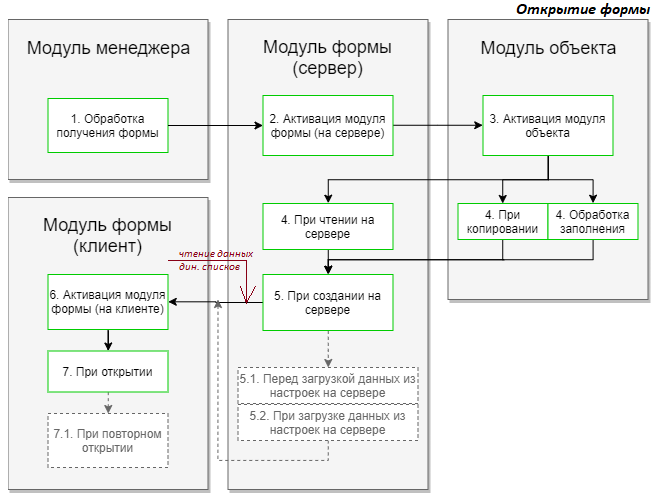
Above: ПоследовательностьСобытийДокументаОткрытиеФормы.png in kuzyara/Sequences-of-events-for-1C-objects (draw.io), before the change. Source tidied: cells renumbered, new cells last; positions are measured from the earlier drawing's top-left corner, leaving out a move shared by most shapes.
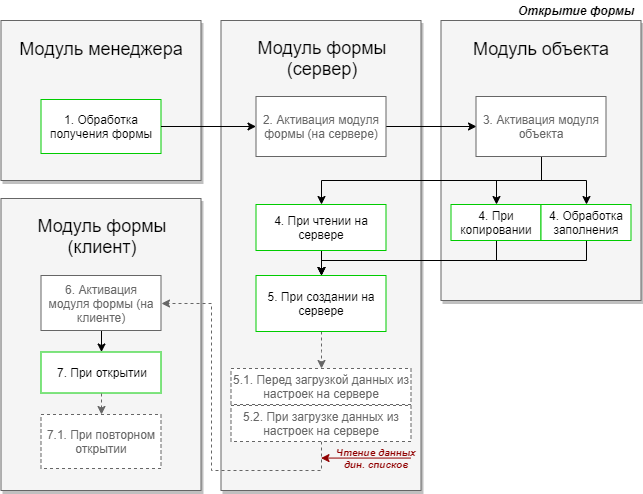
After the change.

Commit message:
затемнил активацию модулей

The edit, as a diff of the source:
```diff
@@ -20,7 +20,7 @@
     <mxCell id="7" style="edgeStyle=orthogonalEdgeStyle;rounded=0;jettySize=auto;html=1;entryX=0;entryY=0.5;entryDx=0;entryDy=0;strokeColor=#000000;fontColor=#666666;" parent="1" edge="1" source="8" target="12">
       <mxGeometry relative="1" as="geometry" />
     </mxCell>
-    <mxCell id="8" value="2. Активация модуля формы (на сервере)" style="rounded=0;whiteSpace=wrap;html=1;strokeColor=#00CC00;" parent="1" vertex="1">
+    <mxCell id="8" value="2. Активация модуля формы (на сервере)" style="rounded=0;whiteSpace=wrap;html=1;strokeColor=#666666;fontColor=#666666;" parent="1" vertex="1">
       <mxGeometry x="255" y="76" width="130" height="60" as="geometry" />
     </mxCell>
     <mxCell id="9" style="edgeStyle=orthogonalEdgeStyle;rounded=0;jettySize=auto;html=1;exitX=0.5;exitY=1;exitDx=0;exitDy=0;entryX=0.5;entryY=0;entryDx=0;entryDy=0;strokeColor=#000000;fontColor=#666666;" parent="1" edge="1" source="12" target="18">
@@ -32,14 +32,14 @@
     <mxCell id="11" style="edgeStyle=orthogonalEdgeStyle;rounded=0;jettySize=auto;html=1;exitX=0.5;exitY=1;exitDx=0;exitDy=0;entryX=0.5;entryY=0;entryDx=0;entryDy=0;strokeColor=#000000;fontColor=#666666;" parent="1" edge="1" source="12" target="16">
       <mxGeometry relative="1" as="geometry" />
     </mxCell>
-    <mxCell id="12" value="3. Активация модуля объекта" style="rounded=0;whiteSpace=wrap;html=1;strokeColor=#00CC00;" parent="1" vertex="1">
+    <mxCell id="12" value="3. Активация модуля объекта" style="rounded=0;whiteSpace=wrap;html=1;strokeColor=#666666;fontColor=#666666;" parent="1" vertex="1">
       <mxGeometry x="475" y="76" width="130" height="60" as="geometry" />
     </mxCell>
-    <mxCell id="13" style="edgeStyle=orthogonalEdgeStyle;rounded=0;jettySize=auto;html=1;exitX=0.5;exitY=1;exitDx=0;exitDy=0;entryX=0.5;entryY=0;entryDx=0;entryDy=0;strokeColor=#000000;fontColor=#666666;" parent="1" edge="1" source="14" target="22">
+    <mxCell id="13" style="edgeStyle=orthogonalEdgeStyle;rounded=0;jettySize=auto;html=1;entryX=0.5;entryY=0;entryDx=0;entryDy=0;fontColor=#666666;" parent="1" edge="1" source="14" target="22">
       <mxGeometry relative="1" as="geometry">
         <Array as="points">
-          <mxPoint x="496" y="240" />
-          <mxPoint x="326" y="240" />
+          <mxPoint x="495" y="240" />
+          <mxPoint x="320" y="240" />
         </Array>
       </mxGeometry>
     </mxCell>
@@ -66,9 +66,6 @@
     <mxCell id="19" style="endArrow=classic;html=1;exitX=1;exitY=0.5;exitDx=0;exitDy=0;" parent="1" edge="1" source="6" target="8">
       <mxGeometry relative="1" as="geometry" />
     </mxCell>
-    <mxCell id="20" style="edgeStyle=orthogonalEdgeStyle;rounded=0;jettySize=auto;html=1;entryX=1;entryY=0.5;entryDx=0;entryDy=0;" parent="1" edge="1" source="22" target="27">
-      <mxGeometry relative="1" as="geometry" />
-    </mxCell>
     <mxCell id="21" style="edgeStyle=orthogonalEdgeStyle;rounded=0;jettySize=auto;html=1;exitX=0.5;exitY=1;exitDx=0;exitDy=0;strokeColor=#666666;fontColor=#666666;dashed=1;" parent="1" edge="1" source="22" target="23">
       <mxGeometry relative="1" as="geometry" />
     </mxCell>
@@ -78,18 +75,22 @@
     <mxCell id="23" value="5.1. Перед загрузкой данных из настроек на сервере" style="rounded=0;whiteSpace=wrap;html=1;strokeColor=#666666;fontColor=#666666;dashed=1;" parent="1" vertex="1">
       <mxGeometry x="230" y="348" width="180" height="36" as="geometry" />
     </mxCell>
-    <mxCell id="24" style="edgeStyle=orthogonalEdgeStyle;rounded=0;jettySize=auto;html=1;exitX=0.5;exitY=1;exitDx=0;exitDy=0;dashed=1;strokeColor=#666666;fontColor=#666666;" parent="1" edge="1" source="25">
-      <mxGeometry relative="1" as="geometry">
-        <mxPoint x="210" y="280" as="targetPoint" />
-      </mxGeometry>
-    </mxCell>
+    <mxCell id="31" style="edgeStyle=orthogonalEdgeStyle;rounded=0;jettySize=auto;html=1;entryX=1;entryY=0.5;entryDx=0;entryDy=0;fontSize=10;fontColor=#910000;dashed=1;strokeColor=#666666;" parent="1" edge="1" source="25" target="27">
+      <mxGeometry relative="1" as="geometry">
+        <Array as="points">
+          <mxPoint x="320" y="450" />
+          <mxPoint x="210" y="450" />
+          <mxPoint x="210" y="283" />
+        </Array>
+      </mxGeometry>
+    </mxCell>
     <mxCell id="25" value="5.2. При загрузке данных из настроек на сервере" style="rounded=0;whiteSpace=wrap;html=1;strokeColor=#666666;fontColor=#666666;dashed=1;" parent="1" vertex="1">
       <mxGeometry x="230" y="385" width="180" height="36" as="geometry" />
     </mxCell>
     <mxCell id="26" style="edgeStyle=orthogonalEdgeStyle;rounded=0;jettySize=auto;html=1;" parent="1" edge="1" source="27" target="29">
       <mxGeometry relative="1" as="geometry" />
     </mxCell>
-    <mxCell id="27" value="6. Активация модуля формы (на клиенте)" style="rounded=0;whiteSpace=wrap;html=1;strokeColor=#00CC00;" parent="1" vertex="1">
+    <mxCell id="27" value="6. Активация модуля формы (на клиенте)" style="rounded=0;whiteSpace=wrap;html=1;strokeColor=#666666;fontColor=#666666;" parent="1" vertex="1">
       <mxGeometry x="40" y="255" width="120" height="55" as="geometry" />
     </mxCell>
     <mxCell id="28" style="edgeStyle=orthogonalEdgeStyle;rounded=0;jettySize=auto;html=1;exitX=0.5;exitY=1;exitDx=0;exitDy=0;entryX=0.5;entryY=0;entryDx=0;entryDy=0;dashed=1;strokeColor=#666666;fontColor=#666666;" parent="1" edge="1" source="29" target="30">
@@ -101,5 +102,17 @@
     <mxCell id="30" value="7.1. При повторном открытии" style="rounded=0;whiteSpace=wrap;html=1;strokeColor=#666666;fontColor=#666666;dashed=1;" parent="1" vertex="1">
       <mxGeometry x="40" y="394" width="120" height="54" as="geometry" />
     </mxCell>
+    <mxCell id="32" value="Открытие формы" style="text;html=1;strokeColor=none;fillColor=none;align=center;verticalAlign=middle;whiteSpace=wrap;rounded=0;fontStyle=3;" parent="1" vertex="1">
+      <mxGeometry x="510" y="-20" width="130" height="20" as="geometry" />
+    </mxCell>
+    <mxCell id="33" value="Чтение данных дин. списков" style="text;html=1;strokeColor=none;fillColor=none;align=center;verticalAlign=middle;whiteSpace=wrap;rounded=0;fontColor=#910000;fontStyle=3;fontSize=10;" parent="1" vertex="1">
+      <mxGeometry x="330" y="428" width="90" height="20" as="geometry" />
+    </mxCell>
+    <mxCell id="34" style="endArrow=classic;html=1;fontSize=10;fontColor=#910000;rounded=1;jumpStyle=none;strokeColor=#910000;" parent="1" edge="1">
+      <mxGeometry relative="1" as="geometry">
+        <mxPoint x="410" y="437.6" as="sourcePoint" />
+        <mxPoint x="320" y="437.6" as="targetPoint" />
+      </mxGeometry>
+    </mxCell>
   </root>
 </mxGraphModel>
```
